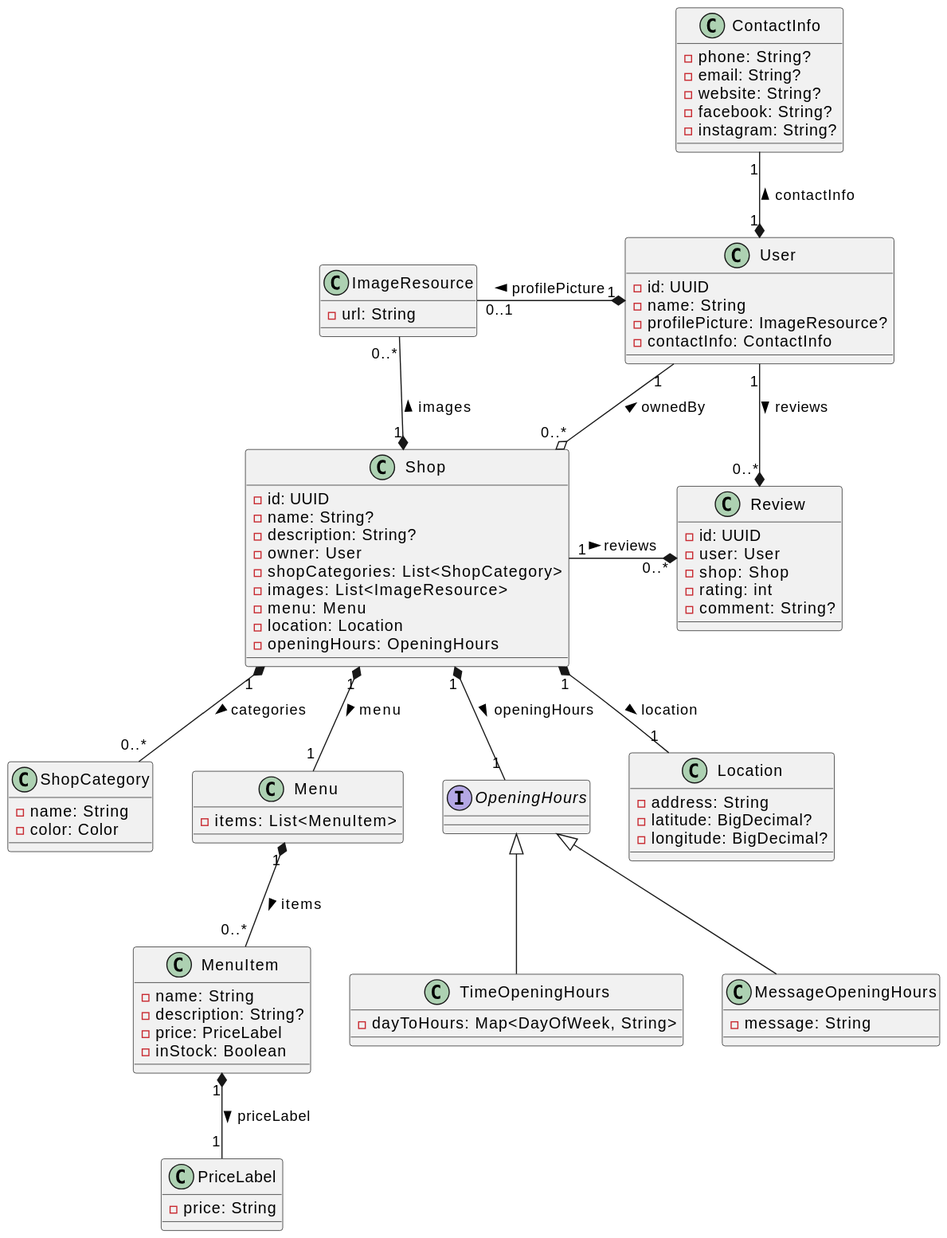
tondracek/my-farmer keeps this PlantUML diagram as docs/diagram-img/class_diagram.svg. Above is the earlier version.
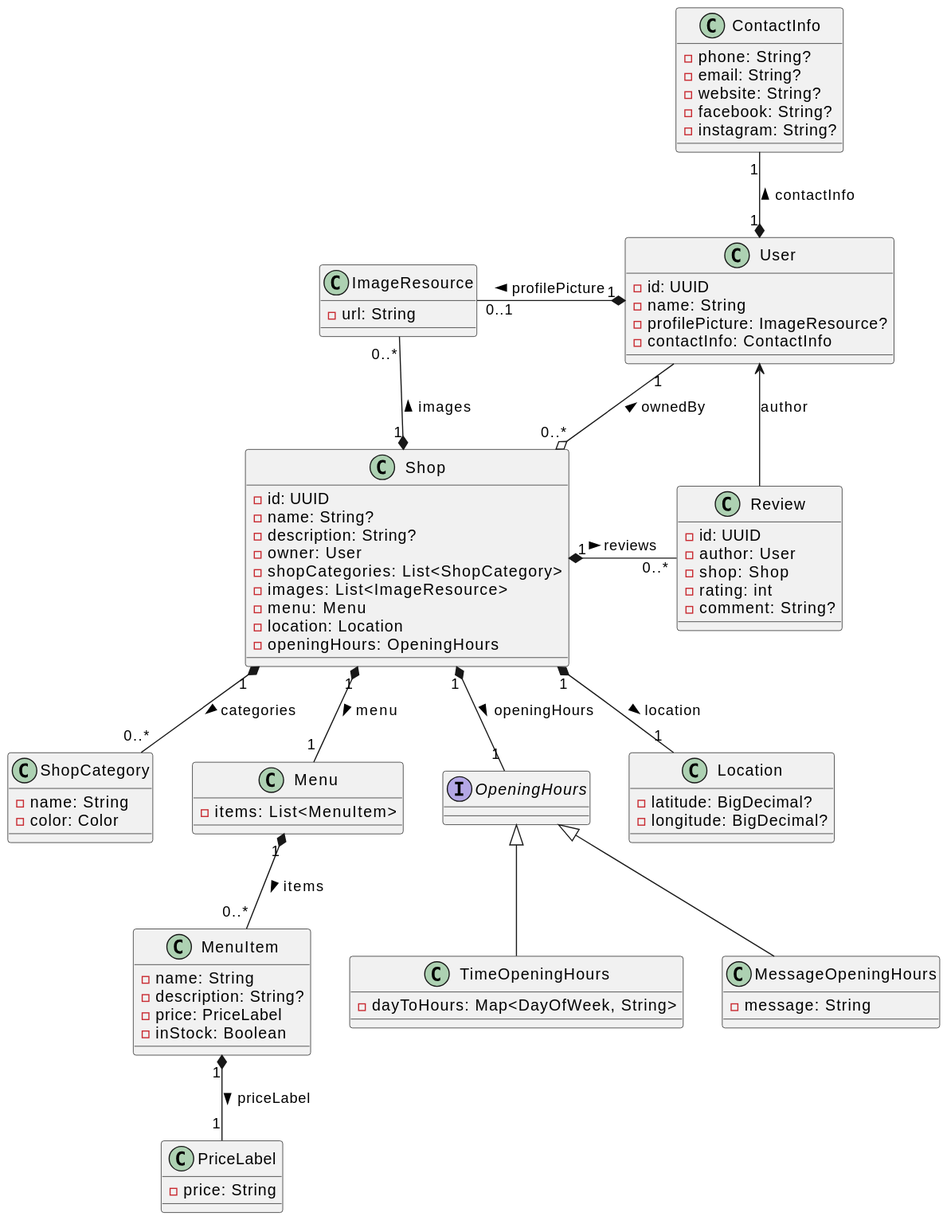
After the change.

Commit message:
🖼️ Auto-update UML diagrams

Change to the diagram source:
```diff
@@ -89,7 +89,6 @@
 
 
 class Location {
-    - address: String
     - latitude: BigDecimal?
     - longitude: BigDecimal?
 }
@@ -99,12 +98,12 @@
 
 class Review {
     - id: UUID
-    - user: User
+    - author: User
     - shop: Shop
     - rating: int
     - comment: String?
 }
 
-Shop "1" -* "0..*" Review : reviews >
-User "1" -* "0..*" Review : reviews >
+Shop "1" *- "0..*" Review : reviews >
+Review -> User : author
 @enduml
```
